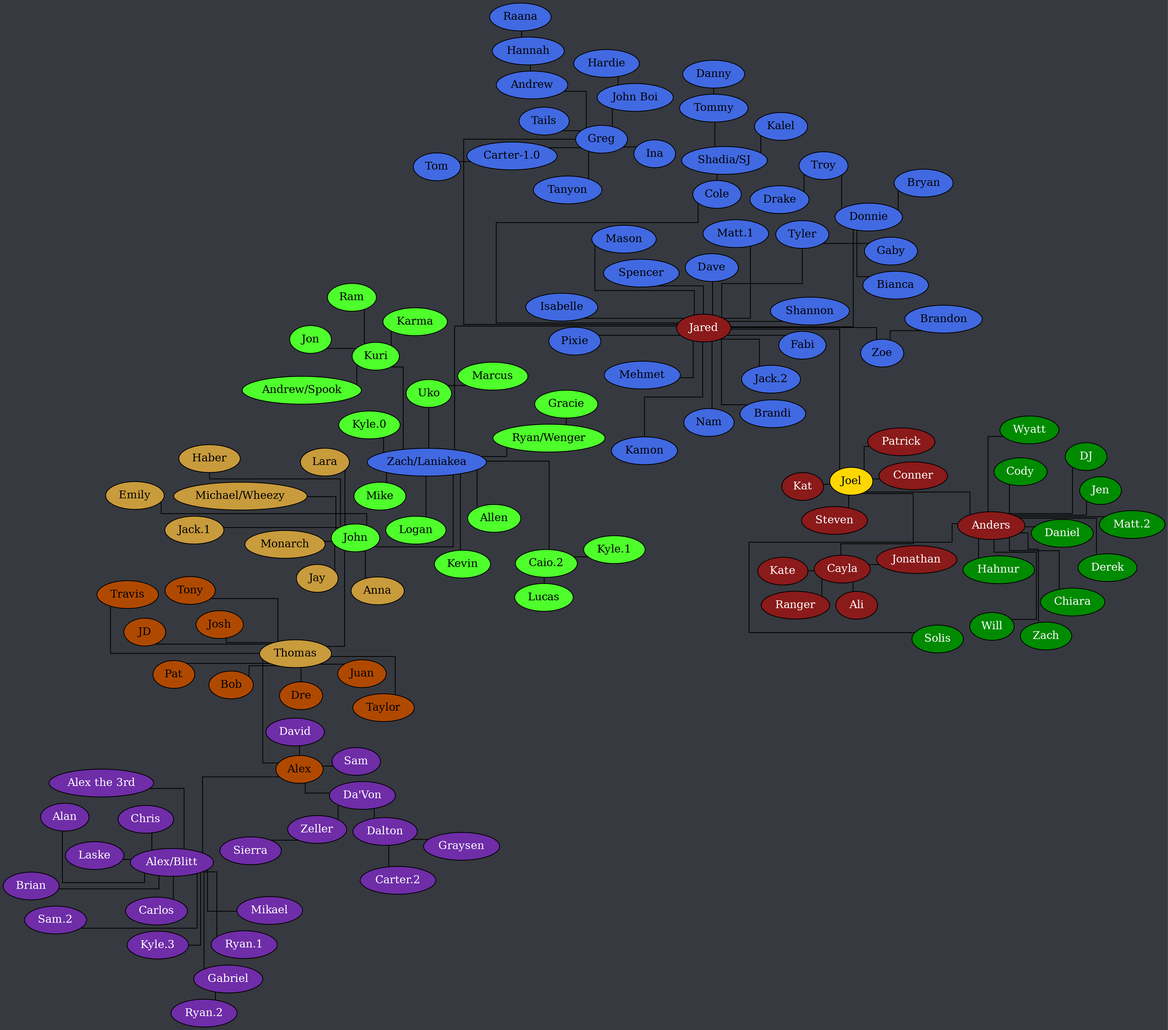
Before: tree.png, a diagram exported from Graphviz (Documidas/CoronaCatzFamilyTree). Its source is kept beside it as tree.dot.
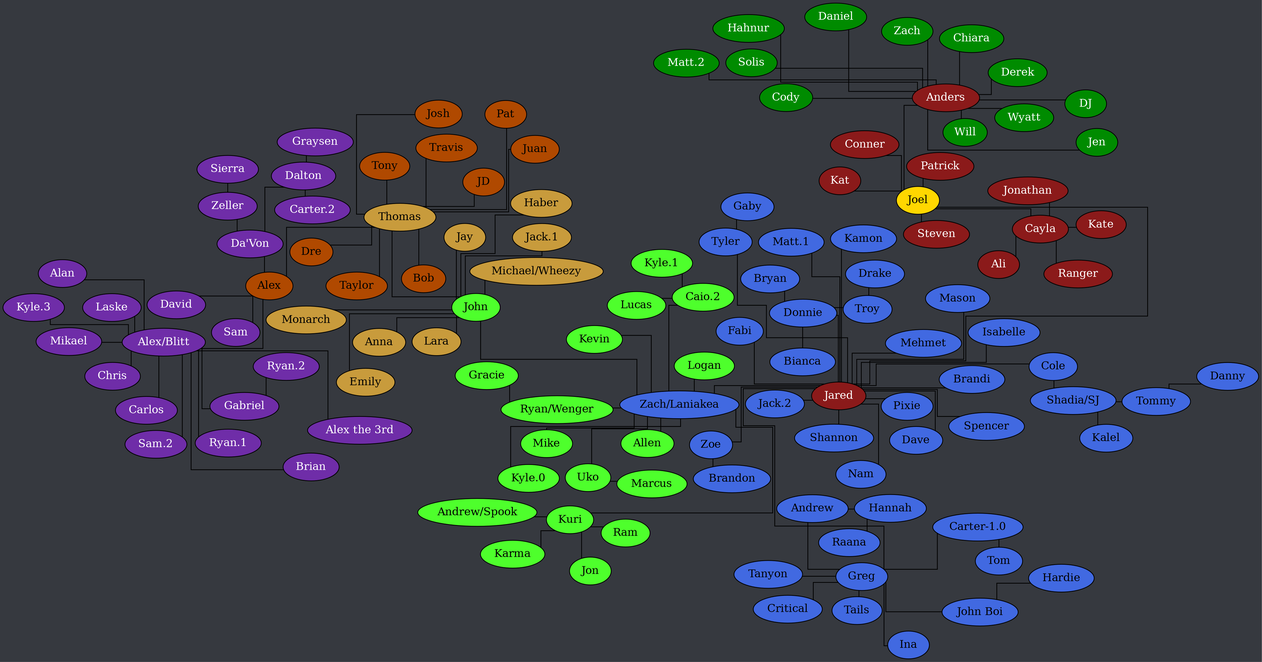
After the change.

What changed in the source:
```diff
@@ -56,6 +56,7 @@
 		Donnie -- Troy;
 		Greg -- Andrew;
 		Greg -- "Carter-1.0";
+		Greg -- Critical;
 		Greg -- Ina;
 		Greg -- "John Boi";
 		Greg -- Tails;
```
